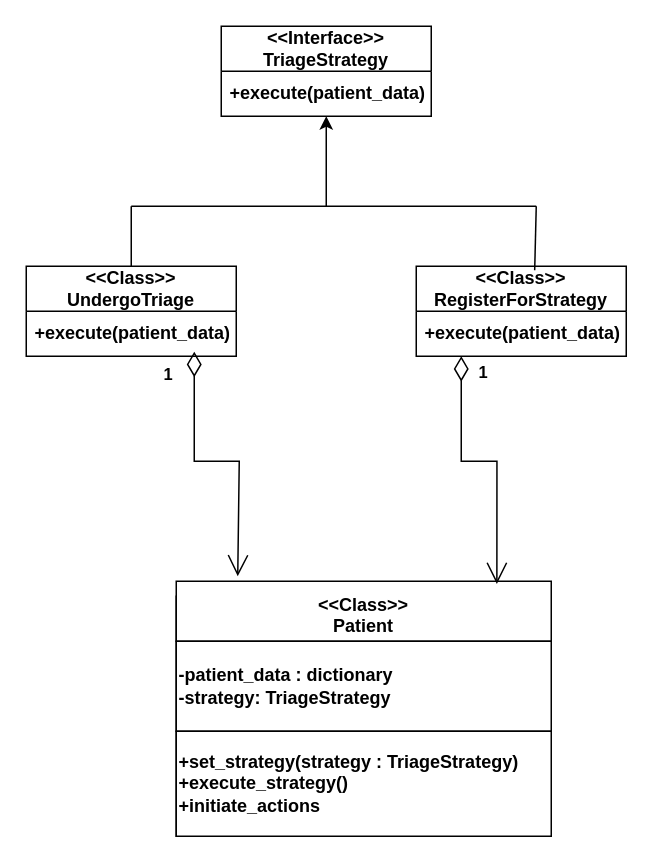
The draw.io diagram Project Milestone 3/Bashar/StrategyPattern.drawio in SENG-350-2024-fall/Team-6, before the edit. Source tidied: cells renumbered, new cells numbered last; positions are measured from the earlier drawing's top-left corner, leaving out a move shared by most shapes. Both pictures are drawn from the tidied source at 150%, with x=0, y=0 at pixel (26, 26).
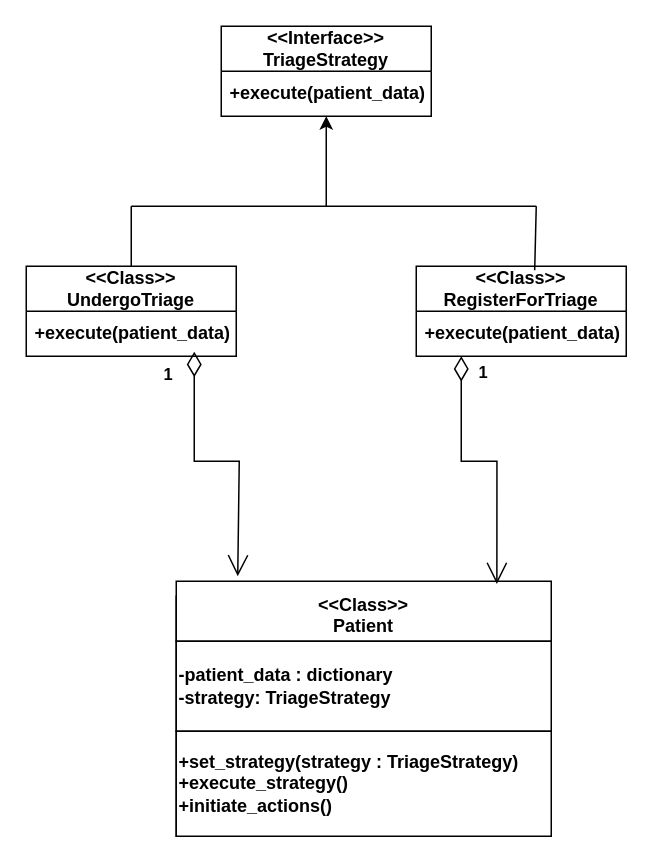
After the change.

Unchanged cells that the change refers to:
```xml
<mxCell id="12" style="group;fontStyle=1;" parent="1" vertex="1">
  <mxGeometry x="100" y="370" width="250" height="170" as="geometry" />
</mxCell>
```

Diff of the diagram source:
```diff
@@
-    <mxCell id="6" value="&amp;lt;&amp;lt;Class&amp;gt;&amp;gt;&lt;div&gt;RegisterForStrategy&lt;/div&gt;" style="swimlane;fontStyle=1;horizontal=1;startSize=30;whiteSpace=wrap;html=1;" parent="1" vertex="1">
+    <mxCell id="6" value="&amp;lt;&amp;lt;Class&amp;gt;&amp;gt;&lt;div&gt;RegisterForTriage&lt;/div&gt;" style="swimlane;fontStyle=1;horizontal=1;startSize=30;whiteSpace=wrap;html=1;" parent="1" vertex="1">
       <mxGeometry x="260" y="160" width="140" height="60" as="geometry" />
     </mxCell>
@@
-    <mxCell id="17" value="&lt;div style=&quot;&quot;&gt;+set_strategy(strategy : TriageStrategy)&lt;div&gt;+execute_strategy()&lt;/div&gt;&lt;div&gt;+initiate_actions&lt;/div&gt;&lt;/div&gt;" style="rounded=0;whiteSpace=wrap;html=1;align=left;fontStyle=1;" parent="12" vertex="1">
+    <mxCell id="17" value="&lt;div style=&quot;&quot;&gt;+set_strategy(strategy : TriageStrategy)&lt;div&gt;+execute_strategy()&lt;/div&gt;&lt;div&gt;+initiate_actions()&lt;/div&gt;&lt;/div&gt;" style="rounded=0;whiteSpace=wrap;html=1;align=left;fontStyle=1;" parent="12" vertex="1">
       <mxGeometry y="100" width="250" height="70" as="geometry" />
     </mxCell>
```
